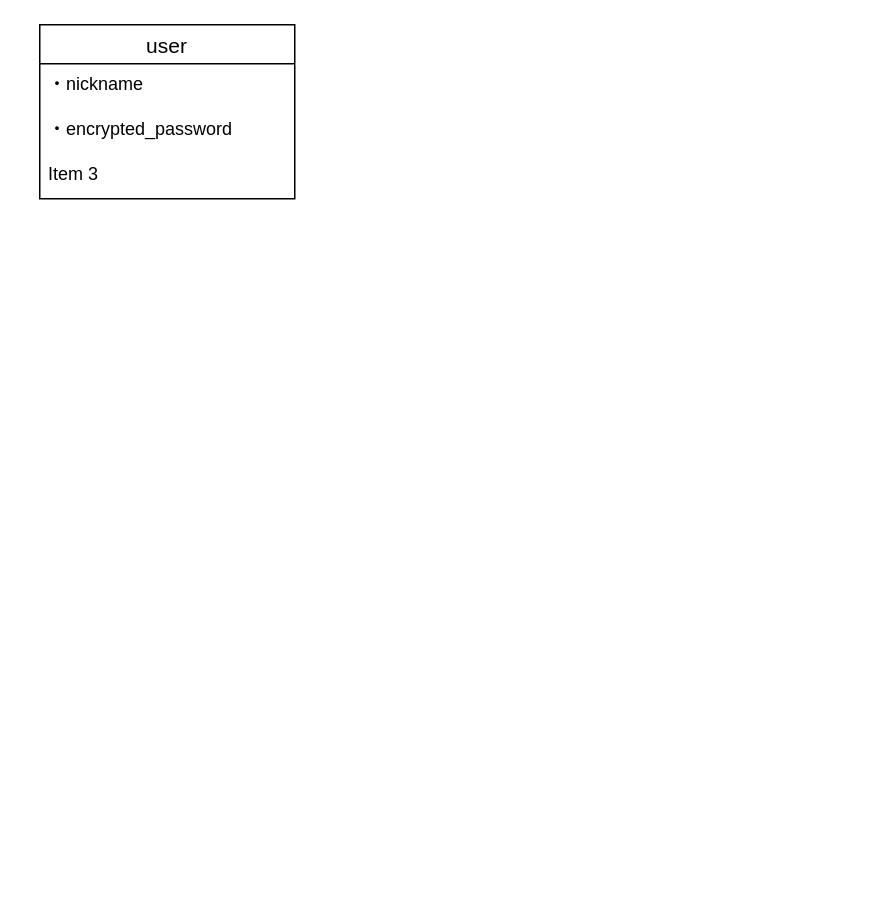
This is cafe.dio from ootakekou/cafein, a draw.io file, before an edit. Source tidied: cells renumbered, new cells numbered last; positions are measured from the earlier drawing's top-left corner, leaving out a move shared by most shapes. Both pictures are drawn from the tidied source at 150%, with x=0, y=0 at pixel (39, 24).
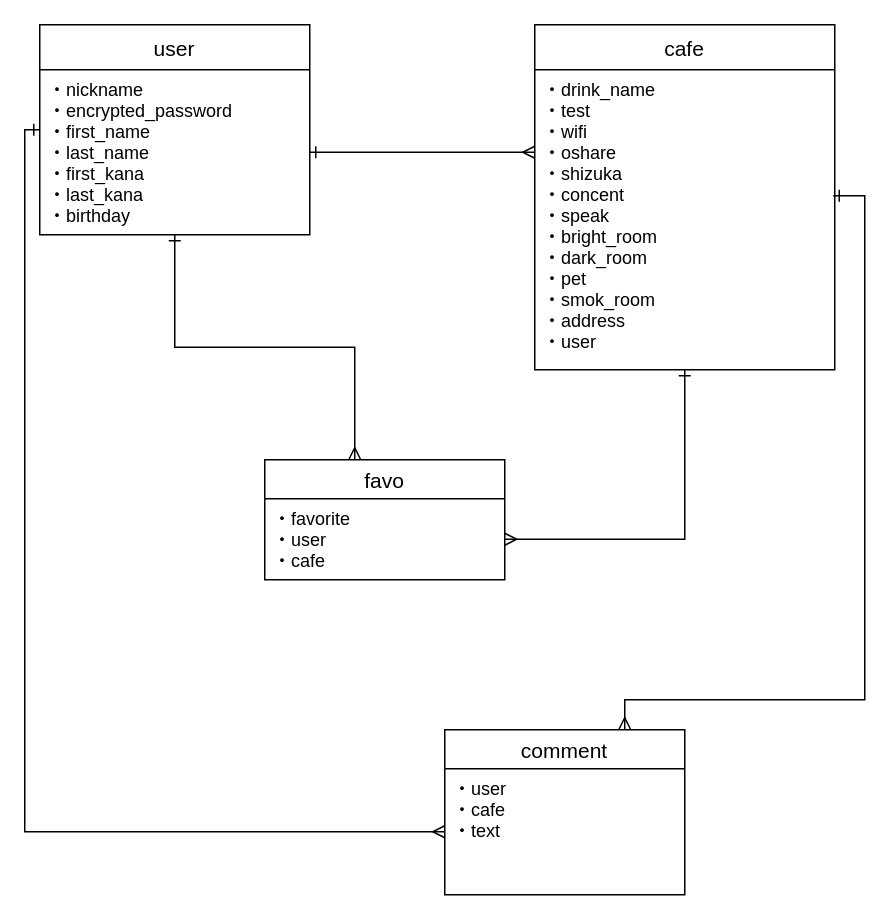
The same page after the edit.

What changed in the source:
```diff
@@
 <mxGraphModel>
   <root>
     <mxCell id="0" />
     <mxCell id="1" parent="0" />
+    <mxCell id="6" style="edgeStyle=orthogonalEdgeStyle;rounded=0;jettySize=auto;html=1;entryX=0.375;entryY=0;entryDx=0;entryDy=0;entryPerimeter=0;startArrow=ERone;startFill=0;endArrow=ERmany;endFill=0;" parent="1" edge="1" source="2" target="11">
+      <mxGeometry relative="1" as="geometry" />
+    </mxCell>
+    <mxCell id="7" style="edgeStyle=orthogonalEdgeStyle;rounded=0;jettySize=auto;html=1;startArrow=ERone;startFill=0;endArrow=ERmany;endFill=0;entryX=0;entryY=0.5;entryDx=0;entryDy=0;" parent="1" edge="1" source="2" target="15">
+      <mxGeometry relative="1" as="geometry">
+        <Array as="points">
+          <mxPoint x="-10" y="70" />
+          <mxPoint x="-10" y="538" />
+        </Array>
+      </mxGeometry>
+    </mxCell>
-    <mxCell id="2" value="user" style="swimlane;fontStyle=0;horizontal=1;startSize=26;align=center;fontSize=14;" parent="1" vertex="1">
-      <mxGeometry width="170" height="116" as="geometry" />
+    <mxCell id="2" value="user" style="swimlane;fontStyle=0;horizontal=1;startSize=30;align=center;fontSize=14;glass=0;rounded=0;shadow=0;swimlaneLine=1;" parent="1" vertex="1">
+      <mxGeometry width="180" height="140" as="geometry" />
     </mxCell>
-    <mxCell id="3" value="・nickname" style="text;strokeColor=none;fillColor=none;spacingLeft=4;spacingRight=4;overflow=hidden;points=[[0,0.5],[1,0.5]];portConstraint=eastwest;fontSize=12;" parent="2" vertex="1">
-      <mxGeometry y="26" width="170" height="30" as="geometry" />
+    <mxCell id="3" value="・nickname&#10;・encrypted_password&#10;・first_name&#10;・last_name&#10;・first_kana&#10;・last_kana&#10;・birthday" style="text;strokeColor=none;fillColor=none;spacingLeft=4;spacingRight=4;overflow=hidden;points=[[0,0.5],[1,0.5]];portConstraint=eastwest;fontSize=12;" parent="2" vertex="1">
+      <mxGeometry y="30" width="180" height="110" as="geometry" />
     </mxCell>
-    <mxCell id="4" value="・encrypted_password" style="text;strokeColor=none;fillColor=none;spacingLeft=4;spacingRight=4;overflow=hidden;fontSize=12;" parent="2" vertex="1">
-      <mxGeometry y="56" width="170" height="30" as="geometry" />
-    </mxCell>
-    <mxCell id="5" value="Item 3" style="text;strokeColor=none;fillColor=none;spacingLeft=4;spacingRight=4;overflow=hidden;fontSize=12;" parent="2" vertex="1">
-      <mxGeometry y="86" width="170" height="30" as="geometry" />
-    </mxCell>
+    <mxCell id="8" style="edgeStyle=orthogonalEdgeStyle;rounded=0;jettySize=auto;html=1;entryX=1;entryY=0.5;entryDx=0;entryDy=0;startArrow=ERone;startFill=0;endArrow=ERmany;endFill=0;" parent="1" edge="1" source="9" target="12">
+      <mxGeometry relative="1" as="geometry" />
+    </mxCell>
+    <mxCell id="9" value="cafe" style="swimlane;fontStyle=0;horizontal=1;startSize=30;align=center;fontSize=14;rounded=0;shadow=0;glass=0;" parent="1" vertex="1">
+      <mxGeometry x="330" width="200" height="230" as="geometry" />
+    </mxCell>
+    <mxCell id="10" value="・drink_name&#10;・test&#10;・wifi&#10;・oshare&#10;・shizuka&#10;・concent&#10;・speak&#10;・bright_room&#10;・dark_room&#10;・pet&#10;・smok_room&#10;・address&#10;・user" style="text;strokeColor=none;fillColor=none;spacingLeft=4;spacingRight=4;overflow=hidden;points=[[0,0.5],[1,0.5]];portConstraint=eastwest;fontSize=12;" parent="9" vertex="1">
+      <mxGeometry y="30" width="200" height="200" as="geometry" />
+    </mxCell>
+    <mxCell id="11" value="favo" style="swimlane;fontStyle=0;horizontal=1;startSize=26;align=center;fontSize=14;rounded=0;shadow=0;glass=0;" parent="1" vertex="1">
+      <mxGeometry x="150" y="290" width="160" height="80" as="geometry" />
+    </mxCell>
+    <mxCell id="12" value="・favorite&#10;・user&#10;・cafe" style="text;strokeColor=none;fillColor=none;spacingLeft=4;spacingRight=4;overflow=hidden;points=[[0,0.5],[1,0.5]];portConstraint=eastwest;fontSize=12;" parent="11" vertex="1">
+      <mxGeometry y="26" width="160" height="54" as="geometry" />
+    </mxCell>
+    <mxCell id="13" style="edgeStyle=orthogonalEdgeStyle;rounded=0;jettySize=auto;html=1;exitX=0.75;exitY=0;exitDx=0;exitDy=0;entryX=0.995;entryY=0.42;entryDx=0;entryDy=0;entryPerimeter=0;startArrow=ERmany;startFill=0;endArrow=ERone;endFill=0;" parent="1" edge="1" source="14" target="10">
+      <mxGeometry relative="1" as="geometry">
+        <Array as="points">
+          <mxPoint x="390" y="450" />
+          <mxPoint x="550" y="450" />
+          <mxPoint x="550" y="114" />
+        </Array>
+      </mxGeometry>
+    </mxCell>
+    <mxCell id="14" value="comment" style="swimlane;fontStyle=0;horizontal=1;startSize=26;align=center;fontSize=14;rounded=0;shadow=0;glass=0;" parent="1" vertex="1">
+      <mxGeometry x="270" y="470" width="160" height="110" as="geometry" />
+    </mxCell>
+    <mxCell id="15" value="・user&#10;・cafe&#10;・text" style="text;strokeColor=none;fillColor=none;spacingLeft=4;spacingRight=4;overflow=hidden;points=[[0,0.5],[1,0.5]];portConstraint=eastwest;fontSize=12;" parent="14" vertex="1">
+      <mxGeometry y="26" width="160" height="84" as="geometry" />
+    </mxCell>
+    <mxCell id="16" style="edgeStyle=orthogonalEdgeStyle;rounded=0;jettySize=auto;html=1;exitX=1;exitY=0.5;exitDx=0;exitDy=0;entryX=0;entryY=0.275;entryDx=0;entryDy=0;entryPerimeter=0;endArrow=ERmany;endFill=0;startArrow=ERone;startFill=0;" parent="1" edge="1" source="3" target="10">
+      <mxGeometry relative="1" as="geometry" />
+    </mxCell>
   </root>
 </mxGraphModel>
```
